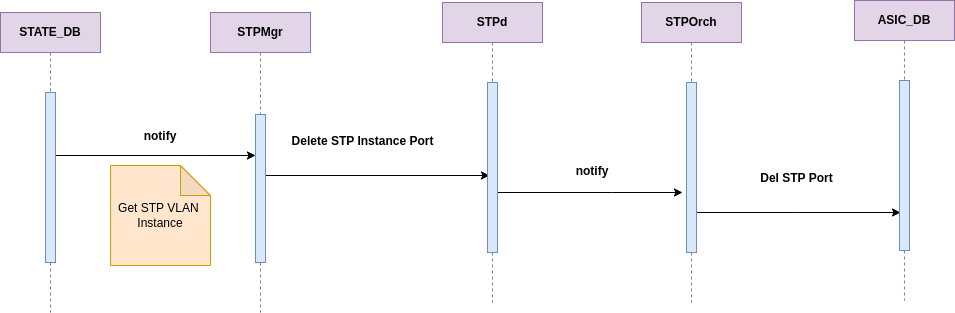
Earlier version of the draw.io export doc/MSTP/images/MSTP_Del_Vlan_Member.drawio.png (sonic-net/SONiC). Source tidied: cells renumbered, new cells last; positions are measured from the earlier drawing's top-left corner, leaving out a move shared by most shapes. The source it was exported from:
```xml
<mxGraphModel>
  <root>
    <mxCell id="0" />
    <mxCell id="1" parent="0" />
    <mxCell id="2" style="edgeStyle=elbowEdgeStyle;rounded=0;jettySize=auto;html=1;elbow=vertical;curved=0;fontStyle=1;" parent="1" edge="1" source="3" target="7">
      <mxGeometry relative="1" as="geometry">
        <Array as="points">
          <mxPoint x="202" y="155" />
        </Array>
      </mxGeometry>
    </mxCell>
    <mxCell id="3" value="STATE_DB" style="shape=umlLifeline;perimeter=lifelinePerimeter;whiteSpace=wrap;html=1;outlineConnect=0;portConstraint=eastwest;newEdgeStyle={&quot;edgeStyle&quot;:&quot;elbowEdgeStyle&quot;,&quot;elbow&quot;:&quot;vertical&quot;,&quot;curved&quot;:0,&quot;rounded&quot;:0};fillColor=#e1d5e7;strokeColor=#9673a6;fontStyle=1;" parent="1" vertex="1">
      <mxGeometry y="12" width="100" height="300" as="geometry" />
    </mxCell>
    <mxCell id="4" style="html=1;perimeter=orthogonalPerimeter;targetShapes=umlLifeline;newEdgeStyle={&quot;edgeStyle&quot;:&quot;elbowEdgeStyle&quot;,&quot;elbow&quot;:&quot;vertical&quot;,&quot;curved&quot;:0,&quot;rounded&quot;:0};fillColor=#dae8fc;strokeColor=#6c8ebf;fontStyle=1;" parent="3" vertex="1">
      <mxGeometry x="45" y="80" width="10" height="170" as="geometry" />
    </mxCell>
    <mxCell id="5" style="edgeStyle=elbowEdgeStyle;rounded=0;jettySize=auto;html=1;elbow=vertical;curved=0;fontStyle=1;" parent="1" edge="1" source="6">
      <mxGeometry relative="1" as="geometry">
        <mxPoint x="489" y="175" as="targetPoint" />
      </mxGeometry>
    </mxCell>
    <mxCell id="6" value="STPMgr" style="shape=umlLifeline;perimeter=lifelinePerimeter;whiteSpace=wrap;html=1;outlineConnect=0;portConstraint=eastwest;newEdgeStyle={&quot;edgeStyle&quot;:&quot;elbowEdgeStyle&quot;,&quot;elbow&quot;:&quot;vertical&quot;,&quot;curved&quot;:0,&quot;rounded&quot;:0};fillColor=#e1d5e7;strokeColor=#9673a6;fontStyle=1;" parent="1" vertex="1">
      <mxGeometry x="210" y="12" width="100" height="300" as="geometry" />
    </mxCell>
    <mxCell id="7" style="html=1;points=[];perimeter=orthogonalPerimeter;outlineConnect=0;targetShapes=umlLifeline;portConstraint=eastwest;newEdgeStyle={&quot;edgeStyle&quot;:&quot;elbowEdgeStyle&quot;,&quot;elbow&quot;:&quot;vertical&quot;,&quot;curved&quot;:0,&quot;rounded&quot;:0};fillColor=#dae8fc;strokeColor=#6c8ebf;fontStyle=1;" parent="6" vertex="1">
      <mxGeometry x="45" y="102" width="10" height="148" as="geometry" />
    </mxCell>
    <mxCell id="8" style="edgeStyle=elbowEdgeStyle;rounded=0;jettySize=auto;html=1;elbow=vertical;curved=0;fontStyle=1;" parent="1" edge="1" source="9">
      <mxGeometry relative="1" as="geometry">
        <mxPoint x="682" y="192" as="targetPoint" />
      </mxGeometry>
    </mxCell>
    <mxCell id="9" value="STPd" style="shape=umlLifeline;perimeter=lifelinePerimeter;whiteSpace=wrap;html=1;outlineConnect=0;portConstraint=eastwest;newEdgeStyle={&quot;edgeStyle&quot;:&quot;elbowEdgeStyle&quot;,&quot;elbow&quot;:&quot;vertical&quot;,&quot;curved&quot;:0,&quot;rounded&quot;:0};fillColor=#e1d5e7;strokeColor=#9673a6;fontStyle=1;" parent="1" vertex="1">
      <mxGeometry x="442" y="2" width="100" height="300" as="geometry" />
    </mxCell>
    <mxCell id="10" style="html=1;perimeter=orthogonalPerimeter;targetShapes=umlLifeline;newEdgeStyle={&quot;edgeStyle&quot;:&quot;elbowEdgeStyle&quot;,&quot;elbow&quot;:&quot;vertical&quot;,&quot;curved&quot;:0,&quot;rounded&quot;:0};fillColor=#dae8fc;strokeColor=#6c8ebf;fontStyle=1;" parent="9" vertex="1">
      <mxGeometry x="45" y="80" width="10" height="170" as="geometry" />
    </mxCell>
    <mxCell id="11" style="edgeStyle=elbowEdgeStyle;rounded=0;orthogonalLoop=1;jettySize=auto;html=1;elbow=vertical;curved=0;fontStyle=1;" parent="1" edge="1">
      <mxGeometry relative="1" as="geometry">
        <mxPoint x="694" y="212" as="sourcePoint" />
        <mxPoint x="900" y="212" as="targetPoint" />
      </mxGeometry>
    </mxCell>
    <mxCell id="12" value="STPOrch" style="shape=umlLifeline;perimeter=lifelinePerimeter;whiteSpace=wrap;html=1;newEdgeStyle={&quot;edgeStyle&quot;:&quot;elbowEdgeStyle&quot;,&quot;elbow&quot;:&quot;vertical&quot;,&quot;curved&quot;:0,&quot;rounded&quot;:0};fillColor=#e1d5e7;strokeColor=#9673a6;fontStyle=1;" parent="1" vertex="1">
      <mxGeometry x="641" y="2" width="100" height="300" as="geometry" />
    </mxCell>
    <mxCell id="13" style="html=1;perimeter=orthogonalPerimeter;targetShapes=umlLifeline;newEdgeStyle={&quot;edgeStyle&quot;:&quot;elbowEdgeStyle&quot;,&quot;elbow&quot;:&quot;vertical&quot;,&quot;curved&quot;:0,&quot;rounded&quot;:0};fillColor=#dae8fc;strokeColor=#6c8ebf;fontStyle=1;" parent="12" vertex="1">
      <mxGeometry x="45" y="80" width="10" height="170" as="geometry" />
    </mxCell>
    <mxCell id="14" value="ASIC_DB" style="shape=umlLifeline;perimeter=lifelinePerimeter;whiteSpace=wrap;html=1;newEdgeStyle={&quot;edgeStyle&quot;:&quot;elbowEdgeStyle&quot;,&quot;elbow&quot;:&quot;vertical&quot;,&quot;curved&quot;:0,&quot;rounded&quot;:0};fillColor=#e1d5e7;strokeColor=#9673a6;fontStyle=1;" parent="1" vertex="1">
      <mxGeometry x="854" width="100" height="300" as="geometry" />
    </mxCell>
    <mxCell id="15" style="html=1;perimeter=orthogonalPerimeter;targetShapes=umlLifeline;newEdgeStyle={&quot;edgeStyle&quot;:&quot;elbowEdgeStyle&quot;,&quot;elbow&quot;:&quot;vertical&quot;,&quot;curved&quot;:0,&quot;rounded&quot;:0};fillColor=#dae8fc;strokeColor=#6c8ebf;fontStyle=1;" parent="14" vertex="1">
      <mxGeometry x="45" y="80" width="10" height="170" as="geometry" />
    </mxCell>
    <mxCell id="16" value="notify" style="text;html=1;align=center;verticalAlign=middle;whiteSpace=wrap;rounded=0;fontStyle=1;" parent="1" vertex="1">
      <mxGeometry x="130" y="121" width="60" height="30" as="geometry" />
    </mxCell>
    <mxCell id="17" value="Delete STP Instance Port&lt;div&gt;&lt;br&gt;&lt;/div&gt;" style="text;html=1;align=center;verticalAlign=middle;whiteSpace=wrap;rounded=0;fontStyle=1;" parent="1" vertex="1">
      <mxGeometry x="280" y="133" width="165" height="30" as="geometry" />
    </mxCell>
    <mxCell id="18" value="notify" style="text;html=1;align=center;verticalAlign=middle;whiteSpace=wrap;rounded=0;fontStyle=1;" parent="1" vertex="1">
      <mxGeometry x="562" y="156" width="60" height="30" as="geometry" />
    </mxCell>
    <mxCell id="19" value="Del STP Port&lt;div&gt;&lt;br&gt;&lt;/div&gt;" style="text;html=1;align=center;verticalAlign=middle;whiteSpace=wrap;rounded=0;fontStyle=1;" parent="1" vertex="1">
      <mxGeometry x="736" y="170" width="121" height="30" as="geometry" />
    </mxCell>
    <mxCell id="20" value="Get STP VLAN&amp;nbsp; Instance" style="shape=note;whiteSpace=wrap;html=1;backgroundOutline=1;darkOpacity=0.05;fillColor=#ffe6cc;strokeColor=#d79b00;" parent="1" vertex="1">
      <mxGeometry x="110" y="165" width="100" height="100" as="geometry" />
    </mxCell>
  </root>
</mxGraphModel>
```
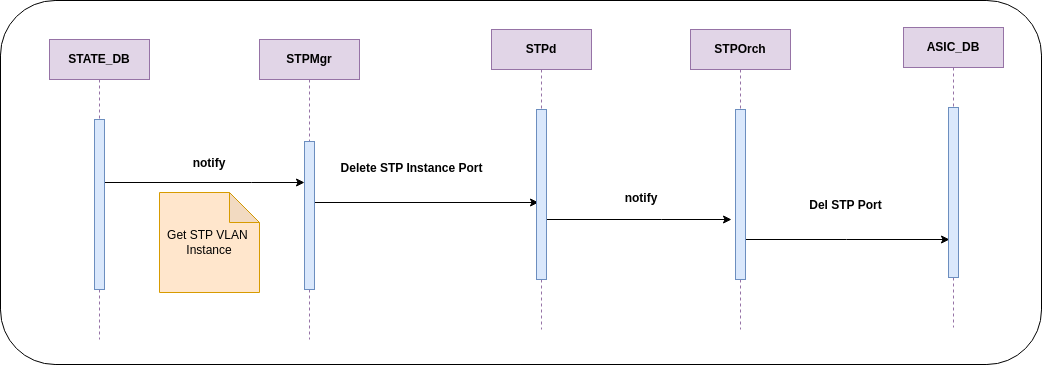
The same file after the commit.

What changed in the source:
```diff
@@ -2,6 +2,9 @@
   <root>
     <mxCell id="0" />
     <mxCell id="1" parent="0" />
+    <mxCell id="21" style="rounded=1;whiteSpace=wrap;html=1;" parent="1" vertex="1">
+      <mxGeometry x="-49" y="-27" width="1041" height="364" as="geometry" />
+    </mxCell>
     <mxCell id="2" style="edgeStyle=elbowEdgeStyle;rounded=0;jettySize=auto;html=1;elbow=vertical;curved=0;fontStyle=1;" parent="1" edge="1" source="3" target="7">
       <mxGeometry relative="1" as="geometry">
         <Array as="points">
```
